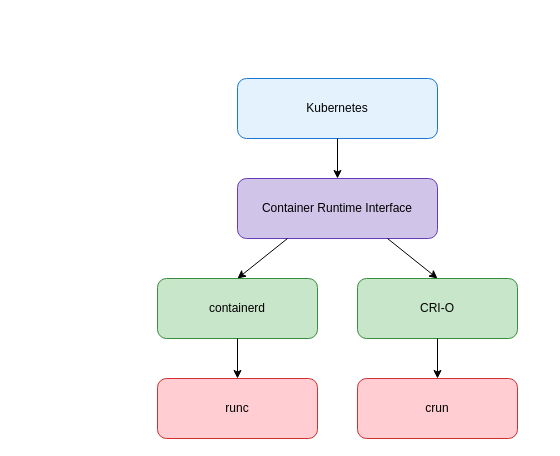
Above: assets/generated-diagrams/container_runtime_hierarchy.drawio in Atom-oh/kubernetes-docs (draw.io), before the change. Source tidied: cells renumbered, new cells numbered last; positions are measured from the earlier drawing's top-left corner, leaving out a move shared by most shapes. Both pictures are drawn from the tidied source at 100%, with x=0, y=0 at pixel (157, 78).
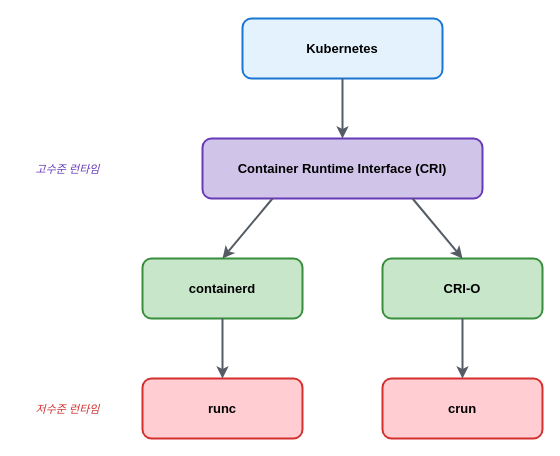
After the change.

The edit, as a diff of the source:
```diff
@@
 <mxGraphModel>
   <root>
     <mxCell id="0" />
     <mxCell id="1" parent="0" />
-    <mxCell id="2" value="Kubernetes" style="rounded=1;whiteSpace=wrap;html=1;fillColor=#e3f2fd;strokeColor=#1976d2;strokeWidth=1px;fontSize=12;" parent="1" vertex="1">
-      <mxGeometry x="80" width="200" height="60" as="geometry" />
+    <mxCell id="2" value="Kubernetes" style="rounded=1;whiteSpace=wrap;html=1;fillColor=#e3f2fd;strokeColor=#1976d2;strokeWidth=2;fontSize=13;fontStyle=1;" parent="1" vertex="1">
+      <mxGeometry x="85" y="-60" width="200" height="60" as="geometry" />
     </mxCell>
-    <mxCell id="3" value="Container Runtime Interface" style="rounded=1;whiteSpace=wrap;html=1;fillColor=#d1c4e9;strokeColor=#673ab7;strokeWidth=1px;fontSize=12;" parent="1" vertex="1">
-      <mxGeometry x="80" y="100" width="200" height="60" as="geometry" />
+    <mxCell id="3" value="Container Runtime Interface (CRI)" style="rounded=1;whiteSpace=wrap;html=1;fillColor=#d1c4e9;strokeColor=#673ab7;strokeWidth=2;fontSize=13;fontStyle=1;" parent="1" vertex="1">
+      <mxGeometry x="45" y="60" width="280" height="60" as="geometry" />
     </mxCell>
-    <mxCell id="4" value="containerd" style="rounded=1;whiteSpace=wrap;html=1;fillColor=#c8e6c9;strokeColor=#388e3c;strokeWidth=1px;fontSize=12;" parent="1" vertex="1">
-      <mxGeometry y="200" width="160" height="60" as="geometry" />
+    <mxCell id="4" value="containerd" style="rounded=1;whiteSpace=wrap;html=1;fillColor=#c8e6c9;strokeColor=#388e3c;strokeWidth=2;fontSize=13;fontStyle=1;" parent="1" vertex="1">
+      <mxGeometry x="-15" y="180" width="160" height="60" as="geometry" />
     </mxCell>
-    <mxCell id="5" value="CRI-O" style="rounded=1;whiteSpace=wrap;html=1;fillColor=#c8e6c9;strokeColor=#388e3c;strokeWidth=1px;fontSize=12;" parent="1" vertex="1">
-      <mxGeometry x="200" y="200" width="160" height="60" as="geometry" />
+    <mxCell id="5" value="CRI-O" style="rounded=1;whiteSpace=wrap;html=1;fillColor=#c8e6c9;strokeColor=#388e3c;strokeWidth=2;fontSize=13;fontStyle=1;" parent="1" vertex="1">
+      <mxGeometry x="225" y="180" width="160" height="60" as="geometry" />
     </mxCell>
-    <mxCell id="6" value="runc" style="rounded=1;whiteSpace=wrap;html=1;fillColor=#ffcdd2;strokeColor=#d32f2f;strokeWidth=1px;fontSize=12;" parent="1" vertex="1">
-      <mxGeometry y="300" width="160" height="60" as="geometry" />
+    <mxCell id="6" value="runc" style="rounded=1;whiteSpace=wrap;html=1;fillColor=#ffcdd2;strokeColor=#d32f2f;strokeWidth=2;fontSize=13;fontStyle=1;" parent="1" vertex="1">
+      <mxGeometry x="-15" y="300" width="160" height="60" as="geometry" />
     </mxCell>
-    <mxCell id="7" value="crun" style="rounded=1;whiteSpace=wrap;html=1;fillColor=#ffcdd2;strokeColor=#d32f2f;strokeWidth=1px;fontSize=12;" parent="1" vertex="1">
-      <mxGeometry x="200" y="300" width="160" height="60" as="geometry" />
+    <mxCell id="7" value="crun" style="rounded=1;whiteSpace=wrap;html=1;fillColor=#ffcdd2;strokeColor=#d32f2f;strokeWidth=2;fontSize=13;fontStyle=1;" parent="1" vertex="1">
+      <mxGeometry x="225" y="300" width="160" height="60" as="geometry" />
     </mxCell>
-    <mxCell id="8" style="endArrow=classic;html=1;rounded=0;exitX=0.5;exitY=1;exitDx=0;exitDy=0;entryX=0.5;entryY=0;entryDx=0;entryDy=0;strokeWidth=1;" parent="1" edge="1" source="2" target="3">
+    <mxCell id="8" style="endArrow=classic;html=1;rounded=0;exitX=0.5;exitY=1;exitDx=0;exitDy=0;entryX=0.5;entryY=0;entryDx=0;entryDy=0;strokeWidth=2;strokeColor=#545B64;" parent="1" edge="1" source="2" target="3">
       <mxGeometry relative="1" as="geometry" />
     </mxCell>
-    <mxCell id="9" style="endArrow=classic;html=1;rounded=0;exitX=0.25;exitY=1;exitDx=0;exitDy=0;entryX=0.5;entryY=0;entryDx=0;entryDy=0;strokeWidth=1;" parent="1" edge="1" source="3" target="4">
+    <mxCell id="9" style="endArrow=classic;html=1;rounded=0;exitX=0.25;exitY=1;exitDx=0;exitDy=0;entryX=0.5;entryY=0;entryDx=0;entryDy=0;strokeWidth=2;strokeColor=#545B64;" parent="1" edge="1" source="3" target="4">
       <mxGeometry relative="1" as="geometry" />
     </mxCell>
-    <mxCell id="10" style="endArrow=classic;html=1;rounded=0;exitX=0.75;exitY=1;exitDx=0;exitDy=0;entryX=0.5;entryY=0;entryDx=0;entryDy=0;strokeWidth=1;" parent="1" edge="1" source="3" target="5">
+    <mxCell id="10" style="endArrow=classic;html=1;rounded=0;exitX=0.75;exitY=1;exitDx=0;exitDy=0;entryX=0.5;entryY=0;entryDx=0;entryDy=0;strokeWidth=2;strokeColor=#545B64;" parent="1" edge="1" source="3" target="5">
       <mxGeometry relative="1" as="geometry" />
     </mxCell>
-    <mxCell id="11" style="endArrow=classic;html=1;rounded=0;exitX=0.5;exitY=1;exitDx=0;exitDy=0;entryX=0.5;entryY=0;entryDx=0;entryDy=0;strokeWidth=1;" parent="1" edge="1" source="4" target="6">
+    <mxCell id="11" style="endArrow=classic;html=1;rounded=0;exitX=0.5;exitY=1;exitDx=0;exitDy=0;entryX=0.5;entryY=0;entryDx=0;entryDy=0;strokeWidth=2;strokeColor=#545B64;" parent="1" edge="1" source="4" target="6">
       <mxGeometry relative="1" as="geometry" />
     </mxCell>
-    <mxCell id="12" style="endArrow=classic;html=1;rounded=0;exitX=0.5;exitY=1;exitDx=0;exitDy=0;entryX=0.5;entryY=0;entryDx=0;entryDy=0;strokeWidth=1;" parent="1" edge="1" source="5" target="7">
+    <mxCell id="12" style="endArrow=classic;html=1;rounded=0;exitX=0.5;exitY=1;exitDx=0;exitDy=0;entryX=0.5;entryY=0;entryDx=0;entryDy=0;strokeWidth=2;strokeColor=#545B64;" parent="1" edge="1" source="5" target="7">
       <mxGeometry relative="1" as="geometry" />
     </mxCell>
+    <mxCell id="13" value="고수준 런타임" style="text;html=1;strokeColor=none;fillColor=none;align=center;verticalAlign=middle;fontSize=11;fontStyle=2;fontColor=#673ab7;fontFamily=Noto Sans CJK KR;" parent="1" vertex="1">
+      <mxGeometry x="-140" y="75" width="100" height="30" as="geometry" />
+    </mxCell>
+    <mxCell id="14" value="저수준 런타임" style="text;html=1;strokeColor=none;fillColor=none;align=center;verticalAlign=middle;fontSize=11;fontStyle=2;fontColor=#d32f2f;fontFamily=Noto Sans CJK KR;" parent="1" vertex="1">
+      <mxGeometry x="-140" y="315" width="100" height="30" as="geometry" />
+    </mxCell>
   </root>
 </mxGraphModel>
```
